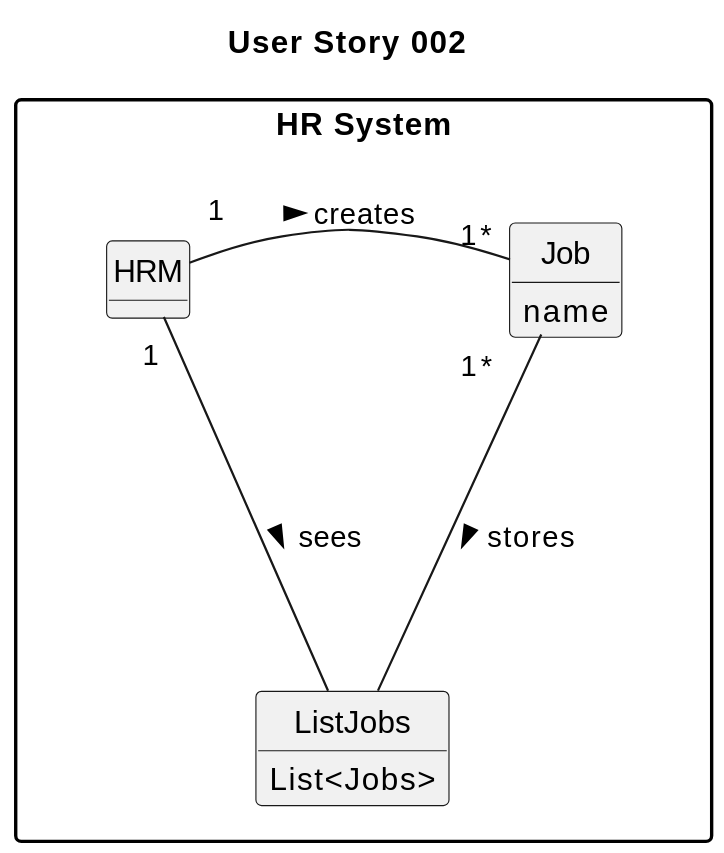
Above: docs/sprintA/us002/02.analysis/svg/us002-domain-model-User_Story_002.svg in SAEmanuel/Green_Spaces_Management_ISEP (PlantUML), before the change.
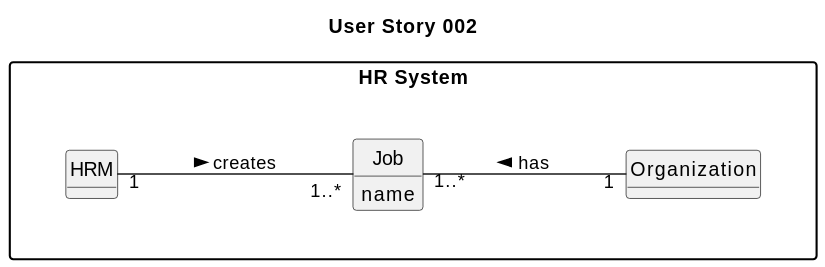
Later version of the same file.

Commit message:
US002 - Domain Model v4

Change to the diagram source:
```diff
@@ -3,6 +3,7 @@
 skinparam packageStyle rectangle
 skinparam shadowing false
 
+left to right direction
 
 skinparam classAttributeIconSize 0
 
@@ -15,8 +16,8 @@
 class HRM {
 }
 
-class ListJobs {
-    List<Jobs>
+class Organization {
+
 }
 
 class Job {
@@ -26,7 +27,8 @@
 
 
 
-HRM "1" - "1*" Job : creates >
-HRM "1 " -  ListJobs: sees >
-Job "1*" --- ListJobs : stores >
+
+HRM "1" -- "1..*" Job : creates >
+
+Job "1..*" -- "1"Organization : has <
 @enduml
```
